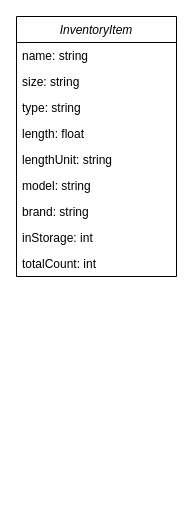
The draw.io diagram Milestone2/InventoryItem.drawio in scoutchorton/cst-150, before the edit. Source tidied: cells renumbered, new cells numbered last; positions are measured from the earlier drawing's top-left corner, leaving out a move shared by most shapes. Both pictures are drawn from the tidied source at 100%, with x=0, y=0 at pixel (16, 16).
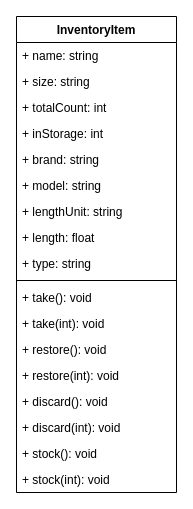
After the change.

Commit message (it also covers changes not shown here):
Updated UML diagram

Diff of the diagram source:
```diff
@@
-    <mxCell id="2" value="InventoryItem" style="swimlane;fontStyle=2;align=center;verticalAlign=top;horizontal=1;startSize=26;rounded=0;shadow=0;strokeWidth=1;" parent="1" vertex="1">
-      <mxGeometry width="160" height="260" as="geometry" />
+    <mxCell id="2" value="InventoryItem" style="swimlane;fontStyle=1;align=center;verticalAlign=top;horizontal=1;startSize=26;" parent="1" vertex="1">
+      <mxGeometry width="160" height="476" as="geometry" />
     </mxCell>
-    <mxCell id="3" value="name: string" style="text;align=left;verticalAlign=top;spacingLeft=4;spacingRight=4;overflow=hidden;" parent="2" vertex="1">
+    <mxCell id="3" value="+ name: string" style="text;align=left;verticalAlign=top;spacingLeft=4;spacingRight=4;overflow=hidden;" parent="2" vertex="1">
       <mxGeometry y="26" width="160" height="26" as="geometry" />
     </mxCell>
-    <mxCell id="4" value="size: string" style="text;align=left;verticalAlign=top;spacingLeft=4;spacingRight=4;overflow=hidden;rounded=0;shadow=0;html=0;" parent="2" vertex="1">
+    <mxCell id="4" value="+ size: string" style="text;align=left;verticalAlign=top;spacingLeft=4;spacingRight=4;overflow=hidden;rounded=0;shadow=0;html=0;" parent="2" vertex="1">
       <mxGeometry y="52" width="160" height="26" as="geometry" />
     </mxCell>
+    <mxCell id="11" value="+ totalCount: int" style="text;align=left;verticalAlign=top;spacingLeft=4;spacingRight=4;overflow=hidden;rounded=0;shadow=0;html=0;" parent="2" vertex="1">
+      <mxGeometry y="78" width="160" height="26" as="geometry" />
+    </mxCell>
+    <mxCell id="10" value="+ inStorage: int" style="text;align=left;verticalAlign=top;spacingLeft=4;spacingRight=4;overflow=hidden;rounded=0;shadow=0;html=0;" parent="2" vertex="1">
+      <mxGeometry y="104" width="160" height="26" as="geometry" />
+    </mxCell>
+    <mxCell id="9" value="+ brand: string" style="text;align=left;verticalAlign=top;spacingLeft=4;spacingRight=4;overflow=hidden;rounded=0;shadow=0;html=0;" parent="2" vertex="1">
+      <mxGeometry y="130" width="160" height="26" as="geometry" />
+    </mxCell>
+    <mxCell id="8" value="+ model: string" style="text;align=left;verticalAlign=top;spacingLeft=4;spacingRight=4;overflow=hidden;rounded=0;shadow=0;html=0;" parent="2" vertex="1">
+      <mxGeometry y="156" width="160" height="26" as="geometry" />
+    </mxCell>
+    <mxCell id="7" value="+ lengthUnit: string" style="text;align=left;verticalAlign=top;spacingLeft=4;spacingRight=4;overflow=hidden;rounded=0;shadow=0;html=0;" parent="2" vertex="1">
+      <mxGeometry y="182" width="160" height="26" as="geometry" />
+    </mxCell>
+    <mxCell id="6" value="+ length: float" style="text;align=left;verticalAlign=top;spacingLeft=4;spacingRight=4;overflow=hidden;rounded=0;shadow=0;html=0;" parent="2" vertex="1">
+      <mxGeometry y="208" width="160" height="26" as="geometry" />
+    </mxCell>
-    <mxCell id="5" value="type: string" style="text;align=left;verticalAlign=top;spacingLeft=4;spacingRight=4;overflow=hidden;rounded=0;shadow=0;html=0;" parent="2" vertex="1">
-      <mxGeometry y="78" width="160" height="26" as="geometry" />
+    <mxCell id="5" value="+ type: string" style="text;align=left;verticalAlign=top;spacingLeft=4;spacingRight=4;overflow=hidden;rounded=0;shadow=0;html=0;" parent="2" vertex="1">
+      <mxGeometry y="234" width="160" height="26" as="geometry" />
     </mxCell>
-    <mxCell id="6" value="length: float" style="text;align=left;verticalAlign=top;spacingLeft=4;spacingRight=4;overflow=hidden;rounded=0;shadow=0;html=0;" parent="2" vertex="1">
-      <mxGeometry y="104" width="160" height="26" as="geometry" />
-    </mxCell>
-    <mxCell id="7" value="lengthUnit: string" style="text;align=left;verticalAlign=top;spacingLeft=4;spacingRight=4;overflow=hidden;rounded=0;shadow=0;html=0;" parent="2" vertex="1">
-      <mxGeometry y="130" width="160" height="26" as="geometry" />
-    </mxCell>
-    <mxCell id="8" value="model: string" style="text;align=left;verticalAlign=top;spacingLeft=4;spacingRight=4;overflow=hidden;rounded=0;shadow=0;html=0;" parent="2" vertex="1">
-      <mxGeometry y="156" width="160" height="26" as="geometry" />
-    </mxCell>
-    <mxCell id="9" value="brand: string" style="text;align=left;verticalAlign=top;spacingLeft=4;spacingRight=4;overflow=hidden;rounded=0;shadow=0;html=0;" parent="2" vertex="1">
-      <mxGeometry y="182" width="160" height="26" as="geometry" />
-    </mxCell>
-    <mxCell id="10" value="inStorage: int" style="text;align=left;verticalAlign=top;spacingLeft=4;spacingRight=4;overflow=hidden;rounded=0;shadow=0;html=0;" parent="2" vertex="1">
-      <mxGeometry y="208" width="160" height="26" as="geometry" />
-    </mxCell>
-    <mxCell id="11" value="totalCount: int" style="text;align=left;verticalAlign=top;spacingLeft=4;spacingRight=4;overflow=hidden;rounded=0;shadow=0;html=0;" parent="2" vertex="1">
-      <mxGeometry y="234" width="160" height="26" as="geometry" />
-    </mxCell>
+    <mxCell id="12" style="line;strokeWidth=1;fillColor=none;align=left;verticalAlign=middle;spacingTop=-1;spacingLeft=3;spacingRight=3;labelPosition=right;strokeColor=inherit;" parent="2" vertex="1">
+      <mxGeometry y="260" width="160" height="8" as="geometry" />
+    </mxCell>
+    <mxCell id="13" value="+ take(): void" style="text;strokeColor=none;fillColor=none;align=left;verticalAlign=top;spacingLeft=4;spacingRight=4;overflow=hidden;" parent="2" vertex="1">
+      <mxGeometry y="268" width="160" height="26" as="geometry" />
+    </mxCell>
+    <mxCell id="14" value="+ take(int): void" style="text;strokeColor=none;fillColor=none;align=left;verticalAlign=top;spacingLeft=4;spacingRight=4;overflow=hidden;" parent="2" vertex="1">
+      <mxGeometry y="294" width="160" height="26" as="geometry" />
+    </mxCell>
+    <mxCell id="15" value="+ restore(): void" style="text;strokeColor=none;fillColor=none;align=left;verticalAlign=top;spacingLeft=4;spacingRight=4;overflow=hidden;" parent="2" vertex="1">
+      <mxGeometry y="320" width="160" height="26" as="geometry" />
+    </mxCell>
+    <mxCell id="16" value="+ restore(int): void" style="text;strokeColor=none;fillColor=none;align=left;verticalAlign=top;spacingLeft=4;spacingRight=4;overflow=hidden;" parent="2" vertex="1">
+      <mxGeometry y="346" width="160" height="26" as="geometry" />
+    </mxCell>
+    <mxCell id="17" value="+ discard(): void" style="text;strokeColor=none;fillColor=none;align=left;verticalAlign=top;spacingLeft=4;spacingRight=4;overflow=hidden;" parent="2" vertex="1">
+      <mxGeometry y="372" width="160" height="26" as="geometry" />
+    </mxCell>
+    <mxCell id="18" value="+ discard(int): void" style="text;strokeColor=none;fillColor=none;align=left;verticalAlign=top;spacingLeft=4;spacingRight=4;overflow=hidden;" parent="2" vertex="1">
+      <mxGeometry y="398" width="160" height="26" as="geometry" />
+    </mxCell>
+    <mxCell id="19" value="+ stock(): void" style="text;strokeColor=none;fillColor=none;align=left;verticalAlign=top;spacingLeft=4;spacingRight=4;overflow=hidden;" parent="2" vertex="1">
+      <mxGeometry y="424" width="160" height="26" as="geometry" />
+    </mxCell>
+    <mxCell id="20" value="+ stock(int): void" style="text;strokeColor=none;fillColor=none;align=left;verticalAlign=top;spacingLeft=4;spacingRight=4;overflow=hidden;" parent="2" vertex="1">
+      <mxGeometry y="450" width="160" height="26" as="geometry" />
+    </mxCell>
```
